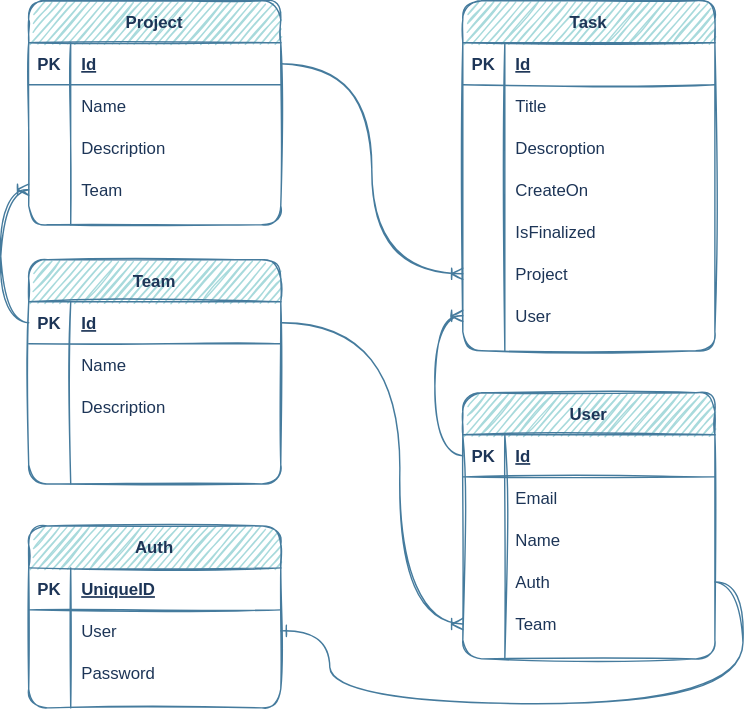
Earlier version of the draw.io export docs/database.drawio.svg (jusemon/tasksjs). Source tidied: cells renumbered, new cells last; positions are measured from the earlier drawing's top-left corner, leaving out a move shared by most shapes.
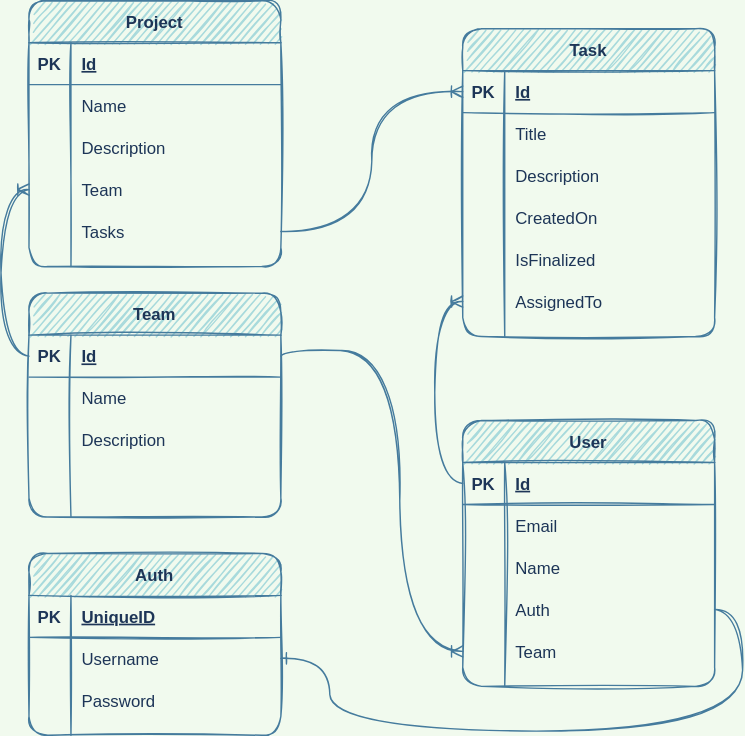
After the commit.

Diff of the diagram source:
```diff
@@ -1,12 +1,9 @@
-<mxGraphModel background="#FFFFFF">
+<mxGraphModel background="#F1FAEE">
   <root>
     <mxCell id="0" />
     <mxCell id="1" parent="0" />
-    <mxCell id="2" style="edgeStyle=orthogonalEdgeStyle;jettySize=auto;html=1;entryX=0;entryY=0.5;entryDx=0;entryDy=0;endArrow=ERoneToMany;endFill=0;exitX=1;exitY=0.5;exitDx=0;exitDy=0;labelBackgroundColor=#F1FAEE;strokeColor=#457B9D;fontColor=#1D3557;sketch=1;curved=1;" parent="1" edge="1" source="4" target="46">
-      <mxGeometry relative="1" as="geometry" />
-    </mxCell>
     <mxCell id="3" value="Project" style="shape=table;startSize=30;rowLines=0;fontStyle=1;align=center;fillColor=#A8DADC;strokeColor=#457B9D;fontColor=#1D3557;sketch=1;rounded=1;" parent="1" vertex="1">
-      <mxGeometry width="180" height="160" as="geometry" />
+      <mxGeometry y="-20" width="180" height="190" as="geometry" />
     </mxCell>
     <mxCell id="4" style="shape=partialRectangle;fillColor=none;top=0;left=0;bottom=1;right=0;points=[[0,0.5],[1,0.5]];portConstraint=eastwest;strokeColor=#457B9D;fontColor=#1D3557;sketch=1;rounded=1;" parent="3" vertex="1">
       <mxGeometry y="30" width="180" height="30" as="geometry" />
@@ -44,11 +41,20 @@
     <mxCell id="15" value="Team" style="shape=partialRectangle;fillColor=none;top=0;left=0;bottom=0;right=0;align=left;spacingLeft=6;overflow=hidden;strokeColor=#457B9D;fontColor=#1D3557;sketch=1;rounded=1;" parent="13" vertex="1">
       <mxGeometry x="30" width="150" height="30" as="geometry" />
     </mxCell>
+    <mxCell id="81" style="shape=partialRectangle;fillColor=none;top=0;left=0;bottom=0;right=0;points=[[0,0.5],[1,0.5]];portConstraint=eastwest;strokeColor=#457B9D;fontColor=#1D3557;sketch=1;rounded=1;" parent="3" vertex="1">
+      <mxGeometry y="150" width="180" height="30" as="geometry" />
+    </mxCell>
+    <mxCell id="47" style="shape=partialRectangle;fillColor=none;top=0;left=0;bottom=0;right=0;overflow=hidden;strokeColor=#457B9D;fontColor=#1D3557;sketch=1;rounded=1;" parent="81" vertex="1">
+      <mxGeometry width="30" height="30" as="geometry" />
+    </mxCell>
+    <mxCell id="82" value="Tasks" style="shape=partialRectangle;fillColor=none;top=0;left=0;bottom=0;right=0;align=left;spacingLeft=6;overflow=hidden;strokeColor=#457B9D;fontColor=#1D3557;sketch=1;rounded=1;" parent="81" vertex="1">
+      <mxGeometry x="30" width="150" height="30" as="geometry" />
+    </mxCell>
-    <mxCell id="16" style="edgeStyle=orthogonalEdgeStyle;jettySize=auto;html=1;entryX=0;entryY=0.5;entryDx=0;entryDy=0;endArrow=ERoneToMany;endFill=0;exitX=0;exitY=0.5;exitDx=0;exitDy=0;labelBackgroundColor=#F1FAEE;strokeColor=#457B9D;fontColor=#1D3557;sketch=1;curved=1;" parent="1" edge="1" source="18" target="13">
+    <mxCell id="16" style="edgeStyle=orthogonalEdgeStyle;jettySize=auto;html=1;entryX=0;entryY=0.5;entryDx=0;entryDy=0;endArrow=ERoneToMany;endFill=0;exitX=0;exitY=0.5;exitDx=0;exitDy=0;strokeColor=#457B9D;fontColor=#1D3557;labelBackgroundColor=#F1FAEE;sketch=1;curved=1;" parent="1" edge="1" source="18" target="13">
       <mxGeometry relative="1" as="geometry" />
     </mxCell>
     <mxCell id="17" value="Team" style="shape=table;startSize=30;rowLines=0;fontStyle=1;align=center;fillColor=#A8DADC;strokeColor=#457B9D;fontColor=#1D3557;sketch=1;rounded=1;" parent="1" vertex="1">
-      <mxGeometry y="185" width="180" height="160" as="geometry" />
+      <mxGeometry y="189" width="180" height="160" as="geometry" />
     </mxCell>
     <mxCell id="18" style="shape=partialRectangle;fillColor=none;top=0;left=0;bottom=1;right=0;points=[[0,0.5],[1,0.5]];portConstraint=eastwest;strokeColor=#457B9D;fontColor=#1D3557;sketch=1;rounded=1;" parent="17" vertex="1">
       <mxGeometry y="30" width="180" height="30" as="geometry" />
@@ -87,7 +93,7 @@
       <mxGeometry x="30" width="150" height="30" as="geometry" />
     </mxCell>
     <mxCell id="30" value="Task" style="shape=table;startSize=30;rowLines=0;fontStyle=1;align=center;fillColor=#A8DADC;strokeColor=#457B9D;fontColor=#1D3557;sketch=1;rounded=1;" parent="1" vertex="1">
-      <mxGeometry x="310" width="180" height="250" as="geometry" />
+      <mxGeometry x="310" width="180" height="220" as="geometry" />
     </mxCell>
     <mxCell id="31" style="shape=partialRectangle;fillColor=none;top=0;left=0;bottom=1;right=0;points=[[0,0.5],[1,0.5]];portConstraint=eastwest;strokeColor=#457B9D;fontColor=#1D3557;sketch=1;rounded=1;" parent="30" vertex="1">
       <mxGeometry y="30" width="180" height="30" as="geometry" />
@@ -113,7 +119,7 @@
     <mxCell id="38" style="shape=partialRectangle;fillColor=none;top=0;left=0;bottom=0;right=0;overflow=hidden;strokeColor=#457B9D;fontColor=#1D3557;sketch=1;rounded=1;" parent="37" vertex="1">
       <mxGeometry width="30" height="30" as="geometry" />
     </mxCell>
-    <mxCell id="39" value="Descroption" style="shape=partialRectangle;fillColor=none;top=0;left=0;bottom=0;right=0;align=left;spacingLeft=6;overflow=hidden;strokeColor=#457B9D;fontColor=#1D3557;sketch=1;rounded=1;" parent="37" vertex="1">
+    <mxCell id="39" value="Description" style="shape=partialRectangle;fillColor=none;top=0;left=0;bottom=0;right=0;align=left;spacingLeft=6;overflow=hidden;strokeColor=#457B9D;fontColor=#1D3557;sketch=1;rounded=1;" parent="37" vertex="1">
       <mxGeometry x="30" width="150" height="30" as="geometry" />
     </mxCell>
     <mxCell id="40" style="shape=partialRectangle;fillColor=none;top=0;left=0;bottom=0;right=0;strokeColor=#457B9D;fontColor=#1D3557;sketch=1;rounded=1;" parent="30" vertex="1">
@@ -122,7 +128,7 @@
     <mxCell id="41" style="shape=partialRectangle;fillColor=none;top=0;left=0;bottom=0;right=0;overflow=hidden;strokeColor=#457B9D;fontColor=#1D3557;sketch=1;rounded=1;" parent="40" vertex="1">
       <mxGeometry width="30" height="30" as="geometry" />
     </mxCell>
-    <mxCell id="42" value="CreateOn" style="shape=partialRectangle;fillColor=none;top=0;left=0;bottom=0;right=0;align=left;spacingLeft=6;overflow=hidden;strokeColor=#457B9D;fontColor=#1D3557;sketch=1;rounded=1;" parent="40" vertex="1">
+    <mxCell id="42" value="CreatedOn" style="shape=partialRectangle;fillColor=none;top=0;left=0;bottom=0;right=0;align=left;spacingLeft=6;overflow=hidden;strokeColor=#457B9D;fontColor=#1D3557;sketch=1;rounded=1;" parent="40" vertex="1">
       <mxGeometry x="30" width="150" height="30" as="geometry" />
     </mxCell>
     <mxCell id="43" style="shape=partialRectangle;fillColor=none;top=0;left=0;bottom=0;right=0;strokeColor=#457B9D;fontColor=#1D3557;sketch=1;rounded=1;" parent="30" vertex="1">
@@ -134,25 +140,16 @@
     <mxCell id="45" value="IsFinalized" style="shape=partialRectangle;fillColor=none;top=0;left=0;bottom=0;right=0;align=left;spacingLeft=6;overflow=hidden;strokeColor=#457B9D;fontColor=#1D3557;sketch=1;rounded=1;" parent="43" vertex="1">
       <mxGeometry x="30" width="150" height="30" as="geometry" />
     </mxCell>
-    <mxCell id="46" style="shape=partialRectangle;fillColor=none;top=0;left=0;bottom=0;right=0;points=[[0,0.5],[1,0.5]];portConstraint=eastwest;strokeColor=#457B9D;fontColor=#1D3557;sketch=1;rounded=1;" parent="30" vertex="1">
-      <mxGeometry y="180" width="180" height="30" as="geometry" />
-    </mxCell>
-    <mxCell id="47" style="shape=partialRectangle;fillColor=none;top=0;left=0;bottom=0;right=0;overflow=hidden;strokeColor=#457B9D;fontColor=#1D3557;sketch=1;rounded=1;" parent="46" vertex="1">
-      <mxGeometry width="30" height="30" as="geometry" />
-    </mxCell>
-    <mxCell id="48" value="Project" style="shape=partialRectangle;fillColor=none;top=0;left=0;bottom=0;right=0;align=left;spacingLeft=6;overflow=hidden;strokeColor=#457B9D;fontColor=#1D3557;sketch=1;rounded=1;" parent="46" vertex="1">
-      <mxGeometry x="30" width="150" height="30" as="geometry" />
-    </mxCell>
     <mxCell id="49" style="shape=partialRectangle;fillColor=none;top=0;left=0;bottom=0;right=0;points=[[0,0.5],[1,0.5]];portConstraint=eastwest;strokeColor=#457B9D;fontColor=#1D3557;sketch=1;rounded=1;" parent="30" vertex="1">
-      <mxGeometry y="210" width="180" height="30" as="geometry" />
+      <mxGeometry y="180" width="180" height="30" as="geometry" />
     </mxCell>
     <mxCell id="50" style="shape=partialRectangle;fillColor=none;top=0;left=0;bottom=0;right=0;overflow=hidden;strokeColor=#457B9D;fontColor=#1D3557;sketch=1;rounded=1;" parent="49" vertex="1">
       <mxGeometry width="30" height="30" as="geometry" />
     </mxCell>
-    <mxCell id="51" value="User" style="shape=partialRectangle;fillColor=none;top=0;left=0;bottom=0;right=0;align=left;spacingLeft=6;overflow=hidden;strokeColor=#457B9D;fontColor=#1D3557;sketch=1;rounded=1;" parent="49" vertex="1">
+    <mxCell id="51" value="AssignedTo" style="shape=partialRectangle;fillColor=none;top=0;left=0;bottom=0;right=0;align=left;spacingLeft=6;overflow=hidden;strokeColor=#457B9D;fontColor=#1D3557;sketch=1;rounded=1;" parent="49" vertex="1">
       <mxGeometry x="30" width="150" height="30" as="geometry" />
     </mxCell>
-    <mxCell id="52" style="edgeStyle=orthogonalEdgeStyle;jettySize=auto;html=1;entryX=0;entryY=0.5;entryDx=0;entryDy=0;endArrow=ERoneToMany;endFill=0;exitX=0;exitY=0.5;exitDx=0;exitDy=0;labelBackgroundColor=#F1FAEE;strokeColor=#457B9D;fontColor=#1D3557;sketch=1;curved=1;" parent="1" edge="1" source="54" target="49">
+    <mxCell id="52" style="edgeStyle=orthogonalEdgeStyle;jettySize=auto;html=1;entryX=0;entryY=0.5;entryDx=0;entryDy=0;endArrow=ERoneToMany;endFill=0;exitX=0;exitY=0.5;exitDx=0;exitDy=0;strokeColor=#457B9D;fontColor=#1D3557;labelBackgroundColor=#F1FAEE;sketch=1;curved=1;" parent="1" edge="1" source="54" target="49">
       <mxGeometry relative="1" as="geometry" />
     </mxCell>
     <mxCell id="53" value="User" style="shape=table;startSize=30;rowLines=0;fontStyle=1;align=center;fillColor=#A8DADC;strokeColor=#457B9D;fontColor=#1D3557;sketch=1;rounded=1;" parent="1" vertex="1">
@@ -203,7 +200,7 @@
     <mxCell id="68" value="Team" style="shape=partialRectangle;fillColor=none;top=0;left=0;bottom=0;right=0;align=left;spacingLeft=6;overflow=hidden;strokeColor=#457B9D;fontColor=#1D3557;sketch=1;rounded=1;" parent="66" vertex="1">
       <mxGeometry x="30" width="150" height="30" as="geometry" />
     </mxCell>
-    <mxCell id="69" style="edgeStyle=orthogonalEdgeStyle;jettySize=auto;html=1;endArrow=ERoneToMany;endFill=0;exitX=1;exitY=0.5;exitDx=0;exitDy=0;labelBackgroundColor=#F1FAEE;strokeColor=#457B9D;fontColor=#1D3557;sketch=1;curved=1;" parent="1" edge="1" source="18" target="66">
+    <mxCell id="69" style="edgeStyle=orthogonalEdgeStyle;jettySize=auto;html=1;endArrow=ERoneToMany;endFill=0;exitX=1;exitY=0.5;exitDx=0;exitDy=0;strokeColor=#457B9D;fontColor=#1D3557;labelBackgroundColor=#F1FAEE;sketch=1;curved=1;" parent="1" edge="1" source="18" target="66">
       <mxGeometry relative="1" as="geometry">
         <Array as="points">
           <mxPoint x="265" y="230" />
@@ -229,7 +226,7 @@
     <mxCell id="75" style="shape=partialRectangle;fillColor=none;top=0;left=0;bottom=0;right=0;overflow=hidden;strokeColor=#457B9D;fontColor=#1D3557;sketch=1;rounded=1;" parent="74" vertex="1">
       <mxGeometry width="30" height="30" as="geometry" />
     </mxCell>
-    <mxCell id="76" value="User" style="shape=partialRectangle;fillColor=none;top=0;left=0;bottom=0;right=0;align=left;spacingLeft=6;overflow=hidden;strokeColor=#457B9D;fontColor=#1D3557;sketch=1;rounded=1;" parent="74" vertex="1">
+    <mxCell id="76" value="Username" style="shape=partialRectangle;fillColor=none;top=0;left=0;bottom=0;right=0;align=left;spacingLeft=6;overflow=hidden;strokeColor=#457B9D;fontColor=#1D3557;sketch=1;rounded=1;" parent="74" vertex="1">
       <mxGeometry x="30" width="150" height="30" as="geometry" />
     </mxCell>
     <mxCell id="77" style="shape=partialRectangle;fillColor=none;top=0;left=0;bottom=0;right=0;strokeColor=#457B9D;fontColor=#1D3557;sketch=1;rounded=1;" parent="70" vertex="1">
@@ -241,7 +238,7 @@
     <mxCell id="79" value="Password" style="shape=partialRectangle;fillColor=none;top=0;left=0;bottom=0;right=0;align=left;spacingLeft=6;overflow=hidden;strokeColor=#457B9D;fontColor=#1D3557;sketch=1;rounded=1;" parent="77" vertex="1">
       <mxGeometry x="30" width="150" height="30" as="geometry" />
     </mxCell>
-    <mxCell id="80" style="edgeStyle=orthogonalEdgeStyle;jettySize=auto;html=1;entryX=1;entryY=0.5;entryDx=0;entryDy=0;endArrow=ERone;endFill=0;exitX=1;exitY=0.5;exitDx=0;exitDy=0;labelBackgroundColor=#F1FAEE;strokeColor=#457B9D;fontColor=#1D3557;sketch=1;curved=1;" parent="1" edge="1" source="63" target="74">
+    <mxCell id="80" style="edgeStyle=orthogonalEdgeStyle;jettySize=auto;html=1;entryX=1;entryY=0.5;entryDx=0;entryDy=0;endArrow=ERone;endFill=0;exitX=1;exitY=0.5;exitDx=0;exitDy=0;strokeColor=#457B9D;fontColor=#1D3557;labelBackgroundColor=#F1FAEE;sketch=1;curved=1;" parent="1" edge="1" source="63" target="74">
       <mxGeometry relative="1" as="geometry">
         <Array as="points">
           <mxPoint x="510" y="415" />
@@ -251,5 +248,8 @@
         </Array>
       </mxGeometry>
     </mxCell>
+    <mxCell id="83" style="edgeStyle=orthogonalEdgeStyle;jettySize=auto;html=1;endArrow=ERoneToMany;endFill=0;labelBackgroundColor=#F1FAEE;strokeColor=#457B9D;fontColor=#1D3557;sketch=1;curved=1;" parent="1" edge="1" source="81" target="31">
+      <mxGeometry relative="1" as="geometry" />
+    </mxCell>
   </root>
 </mxGraphModel>
```
